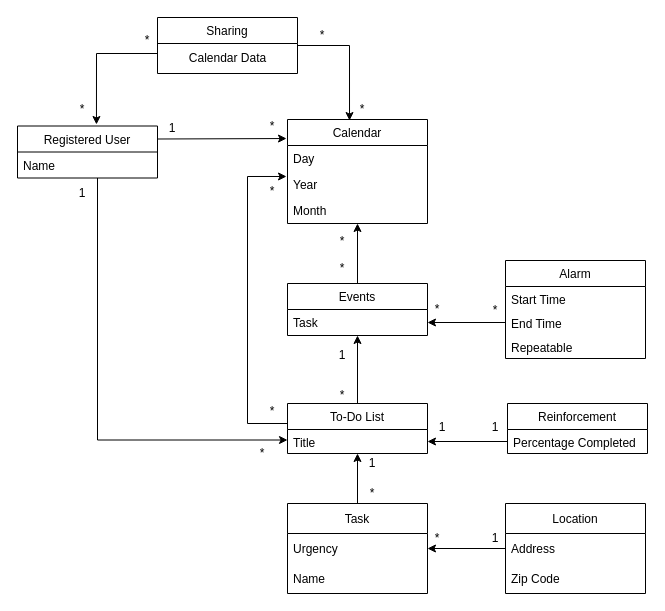
Before: Deliverables/Deliverable_Images/D3_diagram.drawio in Carhn/PlanItOut, a draw.io diagram. Source tidied: cells renumbered, new cells numbered last; positions are measured from the earlier drawing's top-left corner, leaving out a move shared by most shapes. Both pictures are drawn from the tidied source at 100%, with x=0, y=0 at pixel (17, 17).
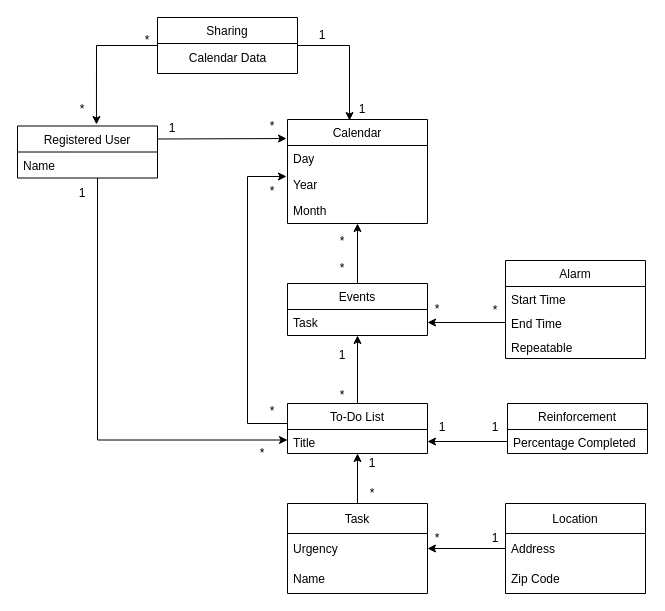
After the change.

The change refers to these unchanged cells:
```xml
<mxCell id="33" value="Sharing" style="swimlane;fontStyle=0;horizontal=1;startSize=26;fillColor=none;" parent="1" vertex="1">
  <mxGeometry x="140" width="140" height="56" as="geometry" />
</mxCell>
<mxCell id="50" value="Registered User" style="swimlane;fontStyle=0;horizontal=1;startSize=26;fillColor=none;" parent="1" vertex="1">
  <mxGeometry y="108.5" width="140" height="52" as="geometry" />
</mxCell>
```

The edit, as a diff of the source:
```diff
@@
     <mxCell id="31" style="edgeStyle=orthogonalEdgeStyle;rounded=0;jettySize=auto;html=1;exitX=0;exitY=0.25;exitDx=0;exitDy=0;entryX=0.564;entryY=-0.029;entryDx=0;entryDy=0;entryPerimeter=0;" parent="1" edge="1" source="33" target="50">
       <mxGeometry relative="1" as="geometry">
         <Array as="points">
-          <mxPoint x="140" y="36" />
-          <mxPoint x="79" y="36" />
+          <mxPoint x="140" y="28" />
+          <mxPoint x="79" y="28" />
         </Array>
       </mxGeometry>
     </mxCell>
@@
-    <mxCell id="35" value="*" style="text;html=1;strokeColor=none;fillColor=none;align=center;verticalAlign=middle;whiteSpace=wrap;rounded=0;" parent="1" vertex="1">
+    <mxCell id="35" value="1" style="text;html=1;strokeColor=none;fillColor=none;align=center;verticalAlign=middle;whiteSpace=wrap;rounded=0;" parent="1" vertex="1">
       <mxGeometry x="340" y="84" width="10" height="16" as="geometry" />
     </mxCell>
-    <mxCell id="36" value="*" style="text;html=1;strokeColor=none;fillColor=none;align=center;verticalAlign=middle;whiteSpace=wrap;rounded=0;" parent="1" vertex="1">
+    <mxCell id="36" value="1" style="text;html=1;strokeColor=none;fillColor=none;align=center;verticalAlign=middle;whiteSpace=wrap;rounded=0;" parent="1" vertex="1">
       <mxGeometry x="300" y="13" width="10" height="10" as="geometry" />
     </mxCell>
```
